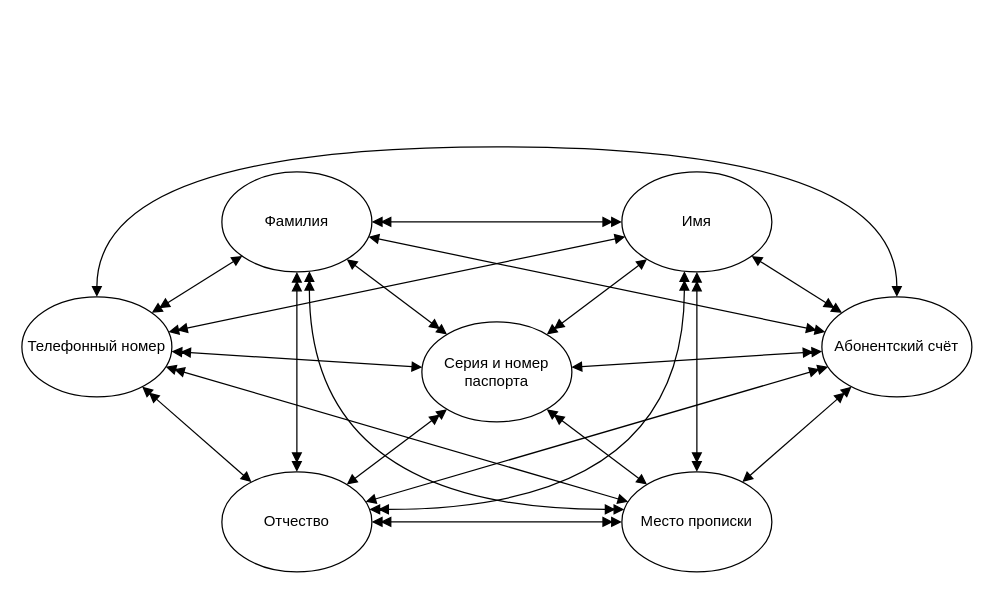
Above: coursework/graphics/subscriber-attributes.drawio in markov-avl/DatabaseDevelopmentTechnology (draw.io), before the change. Source tidied: cells renumbered, new cells numbered last; positions are measured from the earlier drawing's top-left corner, leaving out a move shared by most shapes. Both pictures are drawn from the tidied source at 125%, with x=0, y=0 at pixel (21, 146).
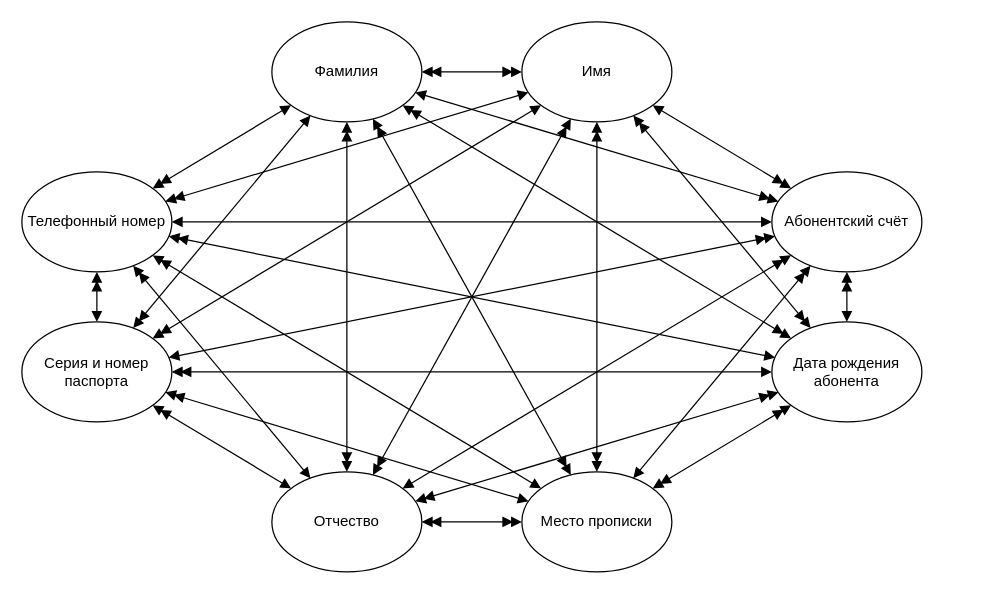
After the change.

Diff of the diagram source:
```diff
@@
     <mxCell id="2" value="Серия и номер паспорта" style="ellipse;whiteSpace=wrap;html=1;" parent="1" vertex="1">
-      <mxGeometry x="320" y="140" width="120" height="80" as="geometry" />
+      <mxGeometry y="140" width="120" height="80" as="geometry" />
     </mxCell>
     <mxCell id="3" value="Фамилия" style="ellipse;whiteSpace=wrap;html=1;" parent="1" vertex="1">
-      <mxGeometry x="160" y="20" width="120" height="80" as="geometry" />
+      <mxGeometry x="200" y="-100" width="120" height="80" as="geometry" />
     </mxCell>
     <mxCell id="4" value="Имя" style="ellipse;whiteSpace=wrap;html=1;" parent="1" vertex="1">
-      <mxGeometry x="480" y="20" width="120" height="80" as="geometry" />
+      <mxGeometry x="400" y="-100" width="120" height="80" as="geometry" />
     </mxCell>
     <mxCell id="5" value="Отчество" style="ellipse;whiteSpace=wrap;html=1;" parent="1" vertex="1">
-      <mxGeometry x="160" y="260" width="120" height="80" as="geometry" />
+      <mxGeometry x="200" y="260" width="120" height="80" as="geometry" />
     </mxCell>
     <mxCell id="6" value="Место прописки" style="ellipse;whiteSpace=wrap;html=1;" parent="1" vertex="1">
-      <mxGeometry x="480" y="260" width="120" height="80" as="geometry" />
+      <mxGeometry x="400" y="260" width="120" height="80" as="geometry" />
     </mxCell>
@@
-    <mxCell id="15" style="endArrow=doubleBlock;html=1;rounded=0;endFill=1;startArrow=doubleBlock;startFill=1;edgeStyle=orthogonalEdgeStyle;curved=1;" parent="1" edge="1" source="5" target="4">
-      <mxGeometry relative="1" as="geometry">
-        <Array as="points">
-          <mxPoint x="530" y="290" />
-        </Array>
-      </mxGeometry>
+    <mxCell id="15" style="endArrow=doubleBlock;html=1;rounded=0;endFill=1;startArrow=doubleBlock;startFill=1;" parent="1" edge="1" source="5" target="4">
+      <mxGeometry relative="1" as="geometry" />
     </mxCell>
-    <mxCell id="16" style="endArrow=doubleBlock;html=1;rounded=0;endFill=1;startArrow=doubleBlock;startFill=1;edgeStyle=orthogonalEdgeStyle;curved=1;" parent="1" edge="1" source="6" target="3">
-      <mxGeometry relative="1" as="geometry">
-        <Array as="points">
-          <mxPoint x="230" y="290" />
-        </Array>
-      </mxGeometry>
+    <mxCell id="16" style="endArrow=doubleBlock;html=1;rounded=0;endFill=1;startArrow=doubleBlock;startFill=1;" parent="1" edge="1" source="6" target="3">
+      <mxGeometry relative="1" as="geometry" />
     </mxCell>
     <mxCell id="17" value="Телефонный номер" style="ellipse;whiteSpace=wrap;html=1;" parent="1" vertex="1">
-      <mxGeometry y="120" width="120" height="80" as="geometry" />
+      <mxGeometry y="20" width="120" height="80" as="geometry" />
     </mxCell>
     <mxCell id="18" value="Абонентский счёт" style="ellipse;whiteSpace=wrap;html=1;" parent="1" vertex="1">
-      <mxGeometry x="640" y="120" width="120" height="80" as="geometry" />
+      <mxGeometry x="600" y="20" width="120" height="80" as="geometry" />
     </mxCell>
@@
-    <mxCell id="25" style="endArrow=block;html=1;rounded=0;endFill=1;startArrow=block;startFill=1;edgeStyle=orthogonalEdgeStyle;curved=1;" parent="1" edge="1" source="17" target="18">
-      <mxGeometry relative="1" as="geometry">
-        <Array as="points">
-          <mxPoint x="60" />
-          <mxPoint x="700" />
-        </Array>
-      </mxGeometry>
+    <mxCell id="25" style="endArrow=block;html=1;rounded=0;endFill=1;startArrow=block;startFill=1;" parent="1" edge="1" source="17" target="18">
+      <mxGeometry relative="1" as="geometry" />
     </mxCell>
@@
+    <mxCell id="30" value="Дата рождения абонента" style="ellipse;whiteSpace=wrap;html=1;" parent="1" vertex="1">
+      <mxGeometry x="600" y="140" width="120" height="80" as="geometry" />
+    </mxCell>
+    <mxCell id="31" style="endArrow=block;html=1;rounded=0;endFill=1;startArrow=doubleBlock;startFill=1;" parent="1" edge="1" source="18" target="30">
+      <mxGeometry relative="1" as="geometry" />
+    </mxCell>
+    <mxCell id="32" style="endArrow=doubleBlock;html=1;rounded=0;endFill=1;startArrow=doubleBlock;startFill=1;" parent="1" edge="1" source="30" target="6">
+      <mxGeometry relative="1" as="geometry" />
+    </mxCell>
+    <mxCell id="33" style="endArrow=doubleBlock;html=1;rounded=0;endFill=1;startArrow=doubleBlock;startFill=1;" parent="1" edge="1" source="30" target="5">
+      <mxGeometry relative="1" as="geometry" />
+    </mxCell>
+    <mxCell id="34" style="endArrow=doubleBlock;html=1;rounded=0;endFill=1;startArrow=block;startFill=1;" parent="1" edge="1" source="30" target="2">
+      <mxGeometry relative="1" as="geometry" />
+    </mxCell>
+    <mxCell id="35" style="endArrow=doubleBlock;html=1;rounded=0;endFill=1;startArrow=block;startFill=1;" parent="1" edge="1" source="30" target="17">
+      <mxGeometry relative="1" as="geometry" />
+    </mxCell>
+    <mxCell id="36" style="endArrow=doubleBlock;html=1;rounded=0;endFill=1;startArrow=doubleBlock;startFill=1;" parent="1" edge="1" source="30" target="3">
+      <mxGeometry relative="1" as="geometry" />
+    </mxCell>
+    <mxCell id="37" style="endArrow=doubleBlock;html=1;rounded=0;endFill=1;startArrow=doubleBlock;startFill=1;" parent="1" edge="1" source="30" target="4">
+      <mxGeometry relative="1" as="geometry" />
+    </mxCell>
```
